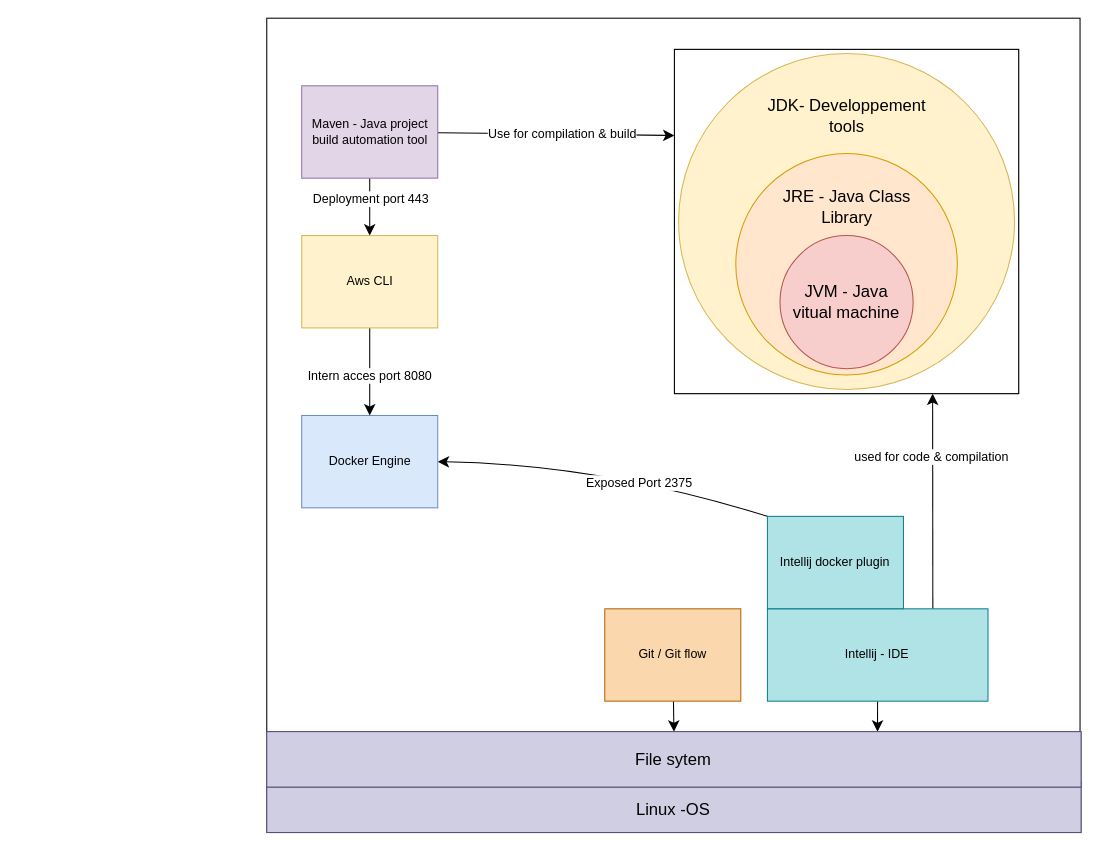
Before: Labo01/docs/diagrams.drawio in JuilletMikael/Labs, a draw.io diagram. Source tidied: cells renumbered, new cells numbered last; positions are measured from the earlier drawing's top-left corner, leaving out a move shared by most shapes. Both pictures are drawn from the tidied source at 104%, with x=0, y=0 at pixel (266, 18).
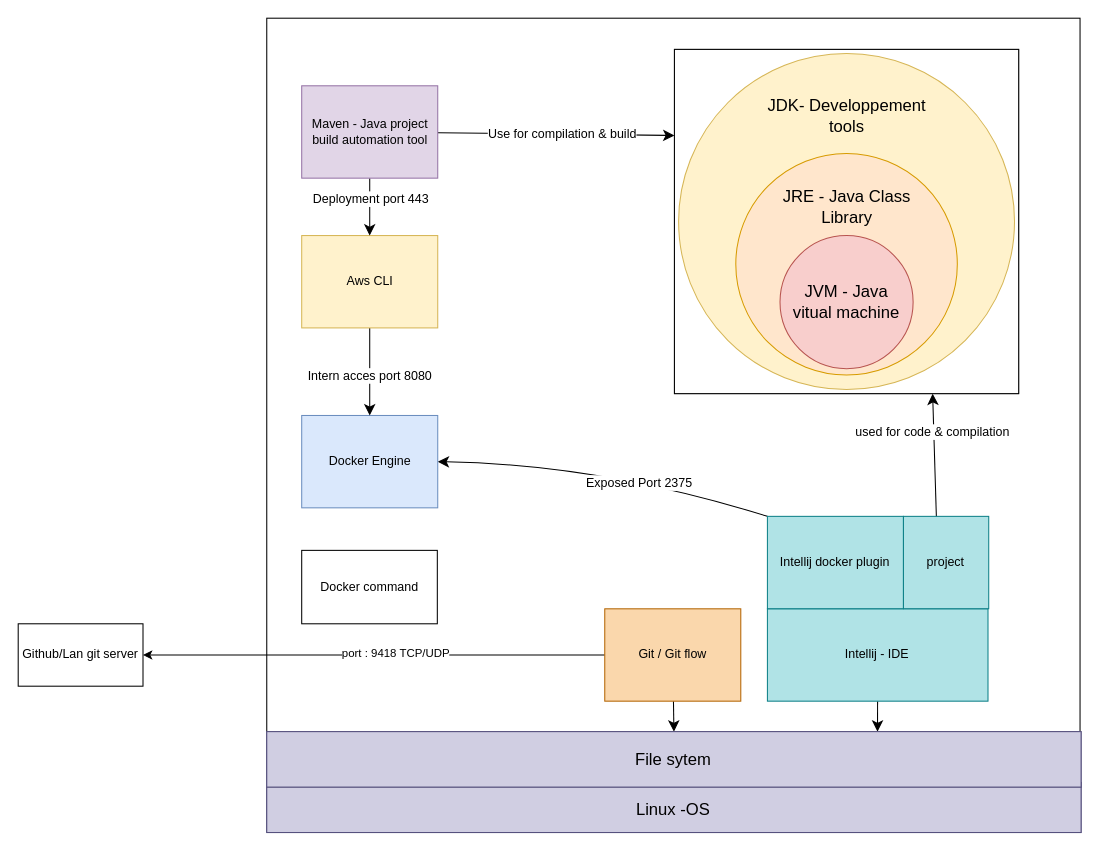
Above is the later version.

Unchanged cells that the change refers to:
```xml
<mxCell id="6" value="Intellij - IDE" style="rounded=0;whiteSpace=wrap;html=1;fillColor=#b0e3e6;strokeColor=#0e8088;" parent="1" vertex="1">
  <mxGeometry x="481.4" y="567.9" width="212.1" height="88.8" as="geometry" />
</mxCell>
<mxCell id="20" value="Git / Git flow" style="rounded=0;whiteSpace=wrap;html=1;fillColor=#fad7ac;strokeColor=#b46504;" parent="1" vertex="1">
  <mxGeometry x="325" y="567.9" width="130.8" height="88.8" as="geometry" />
</mxCell>
<mxCell id="29" style="whiteSpace=wrap;html=1;" parent="28" vertex="1">
  <mxGeometry width="331" height="331" as="geometry" />
</mxCell>
```

What changed in the source:
```diff
@@
-    <mxCell id="4" style="edgeStyle=none;curved=1;rounded=0;jettySize=auto;html=1;exitX=0.75;exitY=0;exitDx=0;exitDy=0;entryX=0.75;entryY=1;entryDx=0;entryDy=0;fontSize=12;startSize=8;endSize=8;" parent="1" edge="1" source="6" target="29">
-      <mxGeometry relative="1" as="geometry" />
+    <mxCell id="4" style="edgeStyle=none;curved=1;rounded=0;jettySize=auto;html=1;entryX=0.75;entryY=1;entryDx=0;entryDy=0;fontSize=12;startSize=8;endSize=8;" parent="1" edge="1" target="29">
+      <mxGeometry relative="1" as="geometry">
+        <mxPoint x="644" y="484" as="sourcePoint" />
+      </mxGeometry>
     </mxCell>
@@
+    <mxCell id="36" style="edgeStyle=orthogonalEdgeStyle;rounded=0;jettySize=auto;html=1;entryX=1;entryY=0.5;entryDx=0;entryDy=0;" parent="1" edge="1" source="20" target="39">
+      <mxGeometry relative="1" as="geometry" />
+    </mxCell>
+    <mxCell id="37" value="port : 9418 TCP/UDP" style="edgeLabel;html=1;align=center;verticalAlign=middle;" parent="36" vertex="1">
+      <mxGeometry x="-0.09" y="-2" relative="1" as="geometry" />
+    </mxCell>
@@
+    <mxCell id="38" value="project" style="rounded=0;whiteSpace=wrap;html=1;fillColor=#b0e3e6;strokeColor=#0e8088;" parent="1" vertex="1">
+      <mxGeometry x="612.2" y="479" width="82" height="88.8" as="geometry" />
+    </mxCell>
+    <mxCell id="39" value="Github/Lan git server" style="rounded=0;whiteSpace=wrap;html=1;" parent="1" vertex="1">
+      <mxGeometry x="-239" y="582.3" width="120" height="60" as="geometry" />
+    </mxCell>
+    <mxCell id="40" value="Docker command" style="rounded=0;whiteSpace=wrap;html=1;" parent="1" vertex="1">
+      <mxGeometry x="33.6" y="511.7" width="130.4" height="70.6" as="geometry" />
+    </mxCell>
```
